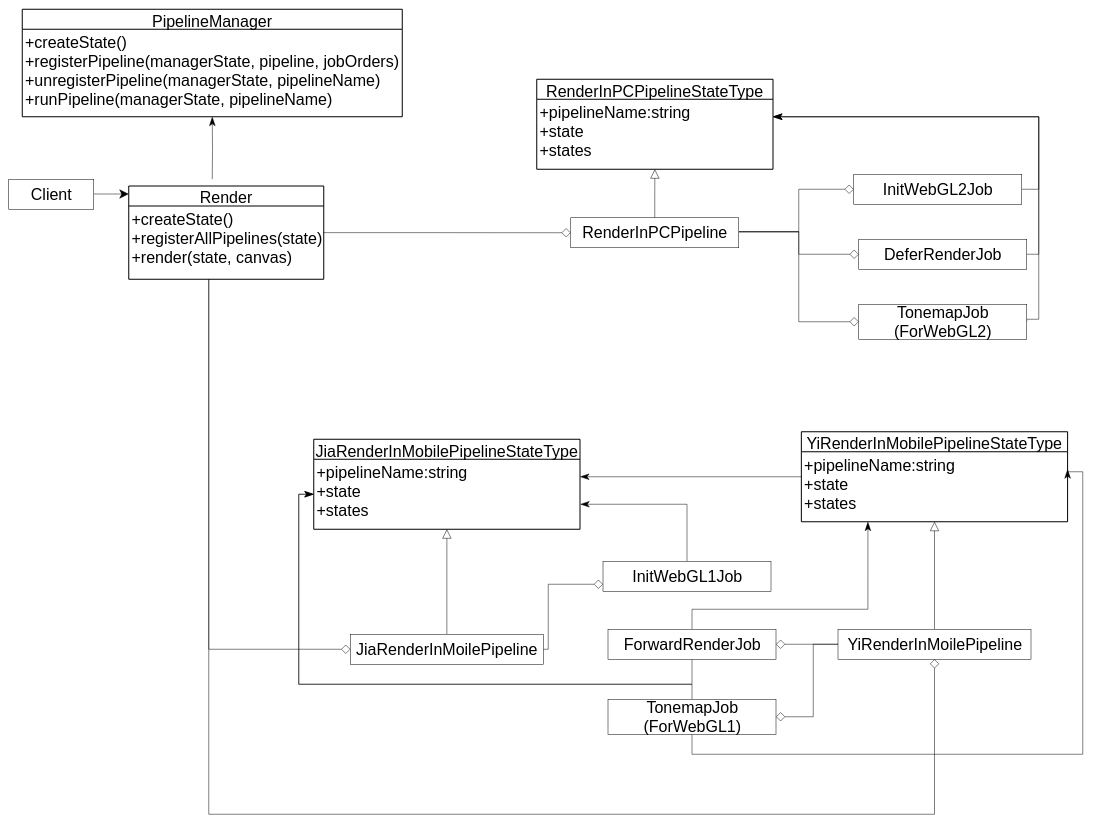
Before: packages/管道模式/story_improve/UML.drawio in yyc-git/3DProgramPattern, a draw.io diagram. Source tidied: cells renumbered, new cells numbered last; positions are measured from the earlier drawing's top-left corner, leaving out a move shared by most shapes. Both pictures are drawn from the tidied source at 50%, with x=0, y=0 at pixel (8, 9).
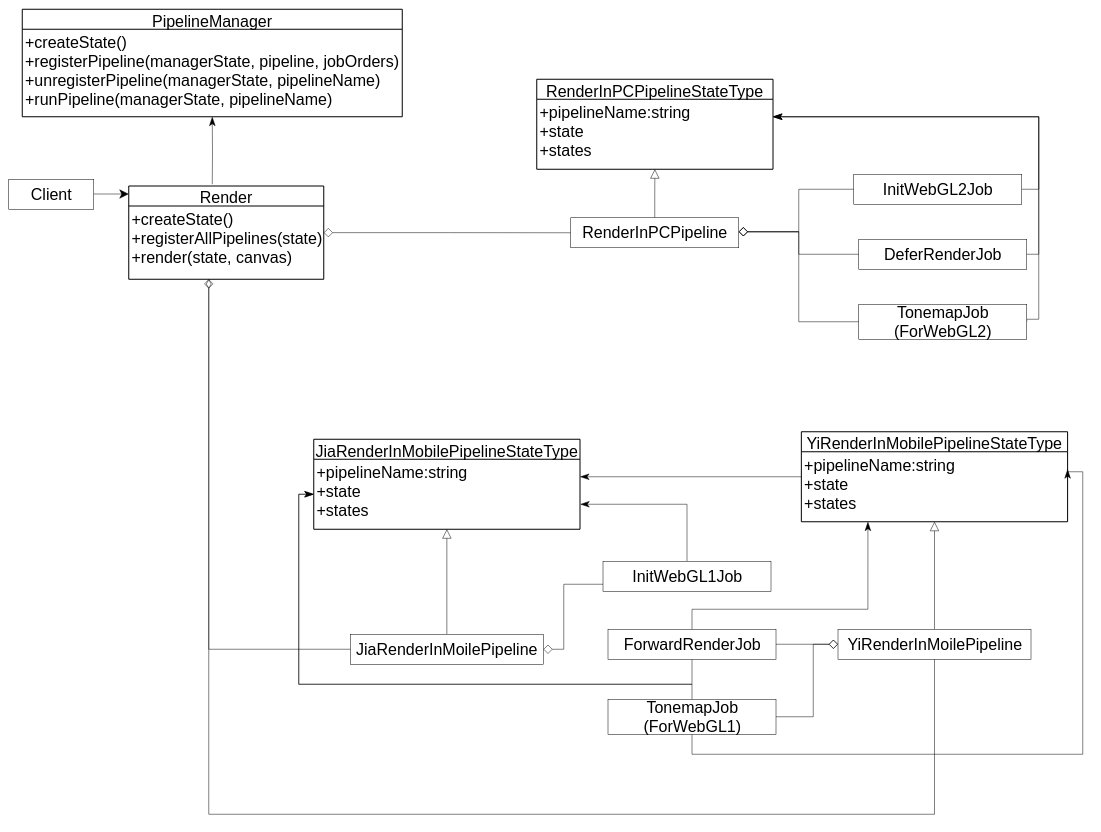
The same diagram, later.

Unchanged cells that the change refers to:
```xml
<mxCell id="4" value="+createState()&#10;+registerPipeline(managerState, pipeline, jobOrders)&#10;+unregisterPipeline(managerState, pipelineName)&#10;+runPipeline(managerState, pipelineName)" style="align=left;strokeColor=none;fillColor=none;spacingLeft=4;fontSize=32;verticalAlign=top;" parent="3" vertex="1">
  <mxGeometry y="40" width="760" height="175" as="geometry" />
</mxCell>
<mxCell id="7" value="Render" style="swimlane;horizontal=1;startSize=40;rounded=0;fontSize=32;fontStyle=0;strokeWidth=2;shadow=0;dashed=0;align=center;" parent="1" vertex="1">
  <mxGeometry x="240" y="353.5" width="390" height="186.5" as="geometry" />
</mxCell>
<mxCell id="8" value="+createState()&#10;+registerAllPipelines(state)&#10;+render(state, canvas)" style="align=left;strokeColor=none;fillColor=none;spacingLeft=4;fontSize=32;verticalAlign=top;" parent="7" vertex="1">
  <mxGeometry y="40" width="390" height="146.5" as="geometry" />
</mxCell>
<mxCell id="15" value="RenderInPCPipeline" style="html=1;fontSize=32;" parent="1" vertex="1">
  <mxGeometry x="1124" y="417" width="336" height="60" as="geometry" />
</mxCell>
<mxCell id="19" value="DeferRenderJob" style="html=1;fontSize=32;" parent="1" vertex="1">
  <mxGeometry x="1700" y="460" width="336" height="60" as="geometry" />
</mxCell>
<mxCell id="21" value="TonemapJob&lt;br&gt;(ForWebGL2)" style="html=1;fontSize=32;" parent="1" vertex="1">
  <mxGeometry x="1700" y="590" width="336" height="70" as="geometry" />
</mxCell>
<mxCell id="29" value="JiaRenderInMoilePipeline" style="html=1;fontSize=32;" parent="1" vertex="1">
  <mxGeometry x="683.2" y="1250" width="386" height="60" as="geometry" />
</mxCell>
<mxCell id="34" value="ForwardRenderJob" style="html=1;fontSize=32;" parent="1" vertex="1">
  <mxGeometry x="1198.5" y="1240" width="336" height="60" as="geometry" />
</mxCell>
<mxCell id="38" value="YiRenderInMoilePipeline" style="html=1;fontSize=32;" parent="1" vertex="1">
  <mxGeometry x="1658.5" y="1240" width="386" height="60" as="geometry" />
</mxCell>
<mxCell id="41" value="TonemapJob&lt;br&gt;(ForWebGL1)" style="html=1;fontSize=32;" parent="1" vertex="1">
  <mxGeometry x="1198.5" y="1380" width="336" height="70" as="geometry" />
</mxCell>
```

What changed in the source:
```diff
@@
-    <mxCell id="2" style="edgeStyle=orthogonalEdgeStyle;rounded=0;orthogonalLoop=1;jettySize=auto;html=1;endArrow=diamond;endFill=0;startSize=16;endSize=16;exitX=1;exitY=0.5;exitDx=0;exitDy=0;entryX=0;entryY=0.5;entryDx=0;entryDy=0;" parent="1" edge="1">
+    <mxCell id="2" style="edgeStyle=orthogonalEdgeStyle;rounded=0;orthogonalLoop=1;jettySize=auto;html=1;endArrow=none;endFill=0;startSize=16;endSize=16;exitX=1;exitY=0.5;exitDx=0;exitDy=0;entryX=0;entryY=0.5;entryDx=0;entryDy=0;startArrow=diamond;startFill=0;" parent="1" edge="1">
       <mxGeometry relative="1" as="geometry">
         <mxPoint x="1460" y="445" as="sourcePoint" />
         <mxPoint x="1690" y="360" as="targetPoint" />
         <Array as="points">
           <mxPoint x="1580" y="445" />
           <mxPoint x="1580" y="360" />
         </Array>
       </mxGeometry>
     </mxCell>
@@
-    <mxCell id="6" style="edgeStyle=orthogonalEdgeStyle;rounded=0;jettySize=auto;html=1;entryX=0;entryY=0.5;entryDx=0;entryDy=0;endArrow=diamond;endFill=0;startSize=16;endSize=16;" parent="1" edge="1" source="7" target="15">
+    <mxCell id="6" style="edgeStyle=orthogonalEdgeStyle;rounded=0;jettySize=auto;html=1;entryX=0;entryY=0.5;entryDx=0;entryDy=0;endArrow=none;endFill=0;startSize=16;endSize=16;startArrow=diamond;startFill=0;" parent="1" edge="1" source="7" target="15">
       <mxGeometry relative="1" as="geometry" />
     </mxCell>
@@
-    <mxCell id="13" style="edgeStyle=orthogonalEdgeStyle;rounded=0;jettySize=auto;html=1;entryX=0;entryY=0.5;entryDx=0;entryDy=0;endArrow=diamond;endFill=0;endSize=16;startSize=16;" parent="1" edge="1" source="15" target="19">
+    <mxCell id="13" style="edgeStyle=orthogonalEdgeStyle;rounded=0;jettySize=auto;html=1;entryX=0;entryY=0.5;entryDx=0;entryDy=0;endArrow=none;endFill=0;endSize=16;startSize=16;startArrow=diamond;startFill=0;" parent="1" edge="1" source="15" target="19">
       <mxGeometry relative="1" as="geometry">
         <Array as="points">
           <mxPoint x="1580" y="445" />
           <mxPoint x="1580" y="490" />
         </Array>
       </mxGeometry>
     </mxCell>
-    <mxCell id="14" style="edgeStyle=orthogonalEdgeStyle;rounded=0;jettySize=auto;html=1;entryX=0;entryY=0.5;entryDx=0;entryDy=0;endArrow=diamond;endFill=0;startSize=16;endSize=16;" parent="1" edge="1" source="15" target="21">
+    <mxCell id="14" style="edgeStyle=orthogonalEdgeStyle;rounded=0;jettySize=auto;html=1;entryX=0;entryY=0.5;entryDx=0;entryDy=0;endArrow=none;endFill=0;startSize=16;endSize=16;startArrow=diamond;startFill=0;" parent="1" edge="1" source="15" target="21">
       <mxGeometry relative="1" as="geometry">
         <Array as="points">
           <mxPoint x="1580" y="445" />
           <mxPoint x="1580" y="625" />
         </Array>
       </mxGeometry>
     </mxCell>
@@
-    <mxCell id="27" style="edgeStyle=orthogonalEdgeStyle;rounded=0;jettySize=auto;html=1;endArrow=diamond;endFill=0;startSize=16;endSize=16;exitX=1;exitY=0.5;exitDx=0;exitDy=0;entryX=0;entryY=0.5;entryDx=0;entryDy=0;" parent="1" edge="1" source="29">
+    <mxCell id="27" style="edgeStyle=orthogonalEdgeStyle;rounded=0;jettySize=auto;html=1;endArrow=none;endFill=0;startSize=16;endSize=16;exitX=1;exitY=0.5;exitDx=0;exitDy=0;entryX=0;entryY=0.5;entryDx=0;entryDy=0;startArrow=diamond;startFill=0;" parent="1" edge="1" source="29">
       <mxGeometry relative="1" as="geometry">
         <mxPoint x="1188.5" y="1150" as="targetPoint" />
         <Array as="points">
-          <mxPoint x="1079" y="1280" />
-          <mxPoint x="1079" y="1150" />
+          <mxPoint x="1110" y="1280" />
+          <mxPoint x="1110" y="1150" />
         </Array>
       </mxGeometry>
     </mxCell>
@@
-    <mxCell id="35" style="edgeStyle=orthogonalEdgeStyle;rounded=0;jettySize=auto;html=1;endArrow=diamond;endFill=0;startSize=16;endSize=16;exitX=0;exitY=0.5;exitDx=0;exitDy=0;entryX=1;entryY=0.5;entryDx=0;entryDy=0;" parent="1" edge="1" source="38" target="34">
+    <mxCell id="35" style="edgeStyle=orthogonalEdgeStyle;rounded=0;jettySize=auto;html=1;endArrow=none;endFill=0;startSize=16;endSize=16;exitX=0;exitY=0.5;exitDx=0;exitDy=0;entryX=1;entryY=0.5;entryDx=0;entryDy=0;startArrow=diamond;startFill=0;" parent="1" edge="1" source="38" target="34">
       <mxGeometry relative="1" as="geometry">
         <Array as="points">
           <mxPoint x="1570" y="1270" />
           <mxPoint x="1570" y="1270" />
         </Array>
       </mxGeometry>
     </mxCell>
-    <mxCell id="36" style="edgeStyle=orthogonalEdgeStyle;rounded=0;jettySize=auto;html=1;entryX=1;entryY=0.5;entryDx=0;entryDy=0;endArrow=diamond;endFill=0;startSize=16;endSize=16;exitX=0;exitY=0.5;exitDx=0;exitDy=0;" parent="1" edge="1" source="38" target="41">
+    <mxCell id="36" style="edgeStyle=orthogonalEdgeStyle;rounded=0;jettySize=auto;html=1;entryX=1;entryY=0.5;entryDx=0;entryDy=0;endArrow=none;endFill=0;startSize=16;endSize=16;exitX=0;exitY=0.5;exitDx=0;exitDy=0;startArrow=diamond;startFill=0;" parent="1" edge="1" source="38" target="41">
       <mxGeometry relative="1" as="geometry">
         <Array as="points">
           <mxPoint x="1609" y="1270" />
           <mxPoint x="1609" y="1415" />
         </Array>
       </mxGeometry>
     </mxCell>
@@
-    <mxCell id="42" style="edgeStyle=orthogonalEdgeStyle;rounded=0;jettySize=auto;html=1;entryX=0;entryY=0.5;entryDx=0;entryDy=0;endArrow=diamond;endFill=0;startSize=16;endSize=16;" parent="1" edge="1" source="8" target="29">
+    <mxCell id="42" style="edgeStyle=orthogonalEdgeStyle;rounded=0;jettySize=auto;html=1;entryX=0;entryY=0.5;entryDx=0;entryDy=0;endArrow=none;endFill=0;startSize=16;endSize=16;startArrow=diamond;startFill=0;" parent="1" edge="1" source="8" target="29">
       <mxGeometry relative="1" as="geometry">
         <Array as="points">
           <mxPoint x="400" y="1280" />
         </Array>
       </mxGeometry>
     </mxCell>
-    <mxCell id="43" style="edgeStyle=orthogonalEdgeStyle;rounded=0;jettySize=auto;html=1;entryX=0.5;entryY=1;entryDx=0;entryDy=0;endArrow=diamond;endFill=0;startSize=16;endSize=16;" parent="1" edge="1" source="8" target="38">
+    <mxCell id="43" style="edgeStyle=orthogonalEdgeStyle;rounded=0;jettySize=auto;html=1;entryX=0.5;entryY=1;entryDx=0;entryDy=0;endArrow=none;endFill=0;startSize=16;endSize=16;startArrow=diamondThin;startFill=0;" parent="1" edge="1" source="8" target="38">
       <mxGeometry relative="1" as="geometry">
         <Array as="points">
           <mxPoint x="400" y="1610" />
           <mxPoint x="1852" y="1610" />
         </Array>
       </mxGeometry>
     </mxCell>
     <mxCell id="44" style="edgeStyle=orthogonalEdgeStyle;rounded=0;jettySize=auto;html=1;endArrow=classicThin;endFill=1;startSize=16;endSize=16;" parent="1" edge="1" target="4">
       <mxGeometry relative="1" as="geometry">
-        <mxPoint x="407" y="340" as="sourcePoint" />
+        <mxPoint x="407" y="350" as="sourcePoint" />
       </mxGeometry>
     </mxCell>
```
